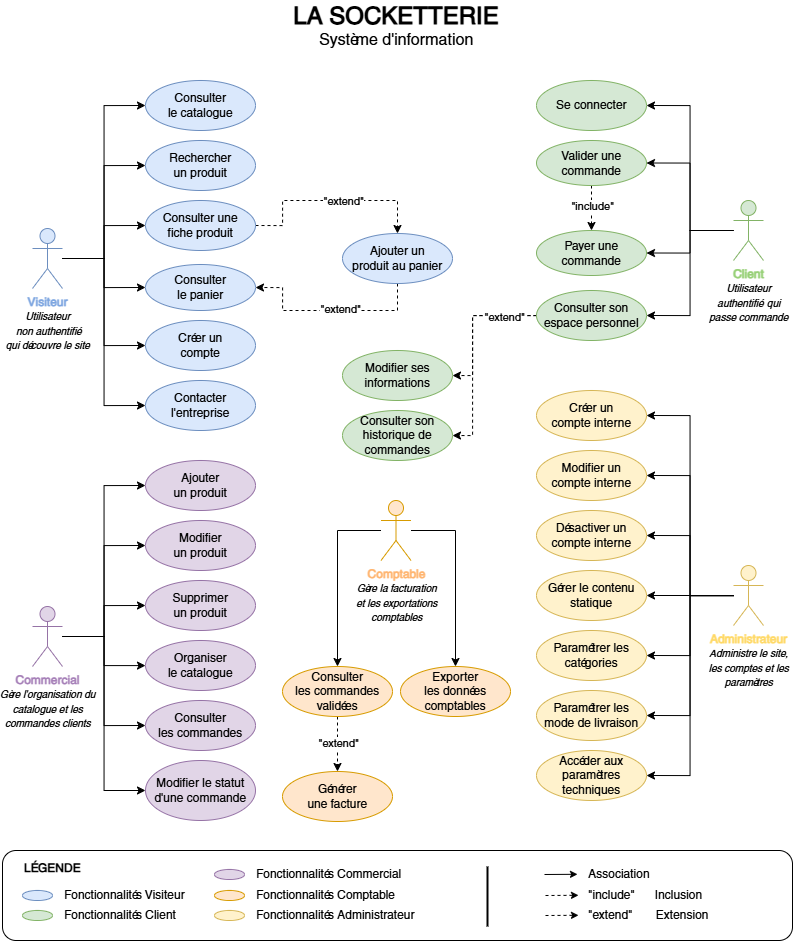
This is docs/images/diagramme-use-cases.png from pixseed/kernec-cedric-devoir-9-planifier-le-developpement-d-un-site-de-vente, a draw.io export, as it was before one commit. Source tidied: cells renumbered, new cells last; positions are measured from the earlier drawing's top-left corner, leaving out a move shared by most shapes.
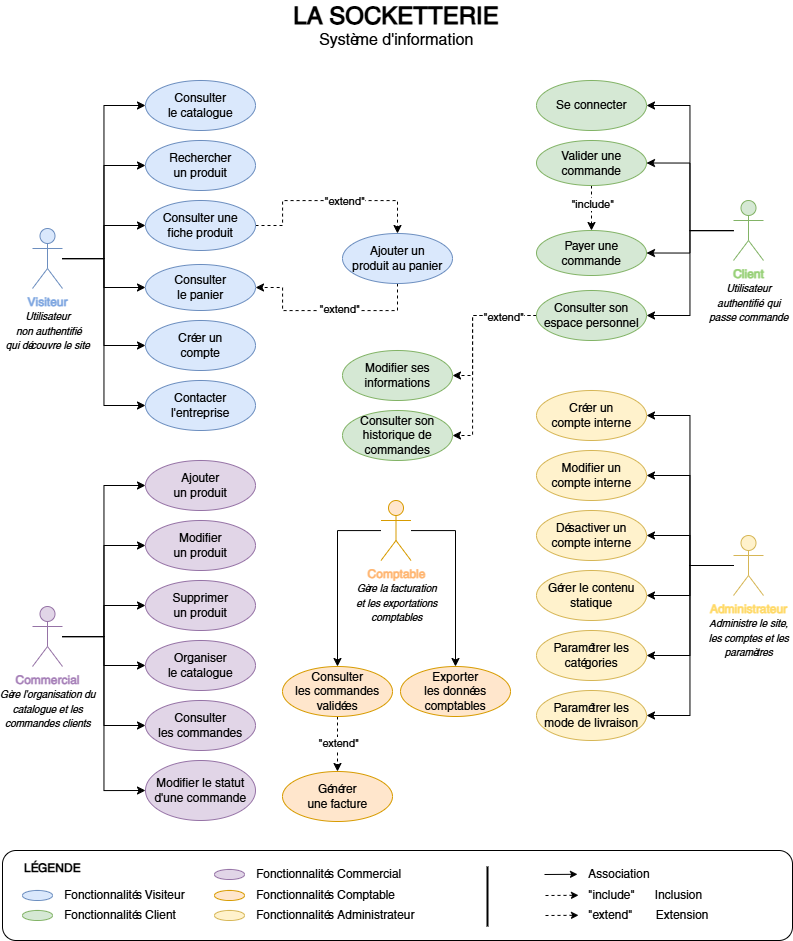
After the change.

Change to the diagram source:
```diff
@@ -109,9 +109,6 @@
     <mxCell id="31" value="Paramétrer les mode de livraison" style="ellipse;whiteSpace=wrap;html=1;align=center;fillColor=#fff2cc;strokeColor=#d6b656;" parent="1" vertex="1">
       <mxGeometry x="534" y="690" width="110" height="50" as="geometry" />
     </mxCell>
-    <mxCell id="32" value="Accéder aux paramètres techniques" style="ellipse;whiteSpace=wrap;html=1;align=center;fillColor=#fff2cc;strokeColor=#d6b656;" parent="1" vertex="1">
-      <mxGeometry x="534" y="750" width="110" height="50" as="geometry" />
-    </mxCell>
     <mxCell id="33" style="edgeStyle=orthogonalEdgeStyle;rounded=0;jettySize=auto;html=1;dashed=1;exitX=0.5;exitY=1;exitDx=0;exitDy=0;" parent="1" edge="1" source="35" target="36">
       <mxGeometry relative="1" as="geometry" />
     </mxCell>
@@ -230,11 +227,8 @@
     <mxCell id="64" style="edgeStyle=orthogonalEdgeStyle;rounded=0;jettySize=auto;html=1;entryX=1;entryY=0.5;entryDx=0;entryDy=0;" parent="1" edge="1" source="66" target="31">
       <mxGeometry relative="1" as="geometry" />
     </mxCell>
-    <mxCell id="65" style="edgeStyle=orthogonalEdgeStyle;rounded=0;jettySize=auto;html=1;entryX=1;entryY=0.5;entryDx=0;entryDy=0;" parent="1" edge="1" source="66" target="32">
-      <mxGeometry relative="1" as="geometry" />
-    </mxCell>
     <mxCell id="66" value="&lt;b&gt;&lt;font style=&quot;color: rgb(255, 217, 102);&quot;&gt;Administrateur&lt;/font&gt;&lt;/b&gt;&lt;div&gt;&lt;i&gt;&lt;font style=&quot;font-size: 10px;&quot;&gt;Administre le site,&lt;/font&gt;&lt;/i&gt;&lt;/div&gt;&lt;div&gt;&lt;i&gt;&lt;font style=&quot;font-size: 10px;&quot;&gt;les comptes et les&lt;/font&gt;&lt;/i&gt;&lt;/div&gt;&lt;div&gt;&lt;i&gt;&lt;font style=&quot;font-size: 10px;&quot;&gt;paramètres&lt;/font&gt;&lt;/i&gt;&lt;/div&gt;" style="shape=umlActor;verticalLabelPosition=bottom;verticalAlign=top;html=1;outlineConnect=0;fillColor=#fff2cc;strokeColor=#d6b656;" parent="1" vertex="1">
-      <mxGeometry x="731" y="565" width="30" height="60" as="geometry" />
+      <mxGeometry x="731" y="535" width="30" height="60" as="geometry" />
     </mxCell>
     <mxCell id="67" style="edgeStyle=orthogonalEdgeStyle;rounded=0;jettySize=auto;html=1;entryX=1;entryY=0.5;entryDx=0;entryDy=0;" parent="1" edge="1" source="71" target="20">
       <mxGeometry relative="1" as="geometry" />
```
